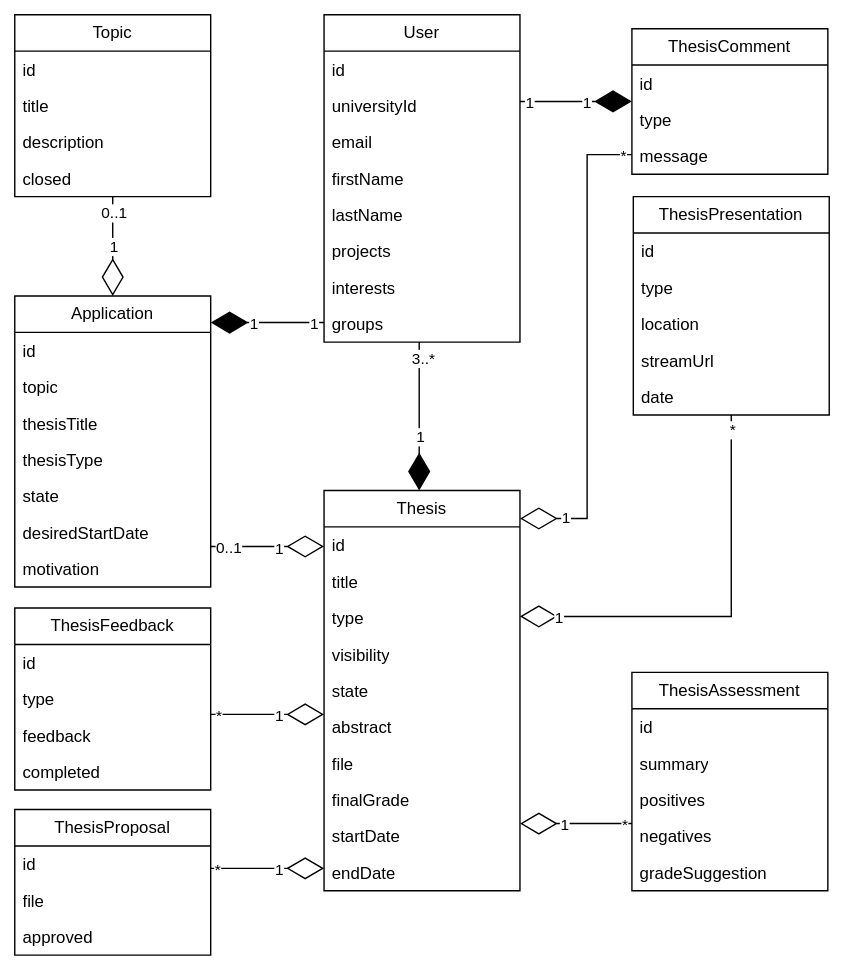
Earlier version of the draw.io export database-classes.svg (fabian-emilius/bachelor-thesis-charts). Source tidied: cells renumbered, new cells last; positions are measured from the earlier drawing's top-left corner, leaving out a move shared by most shapes.
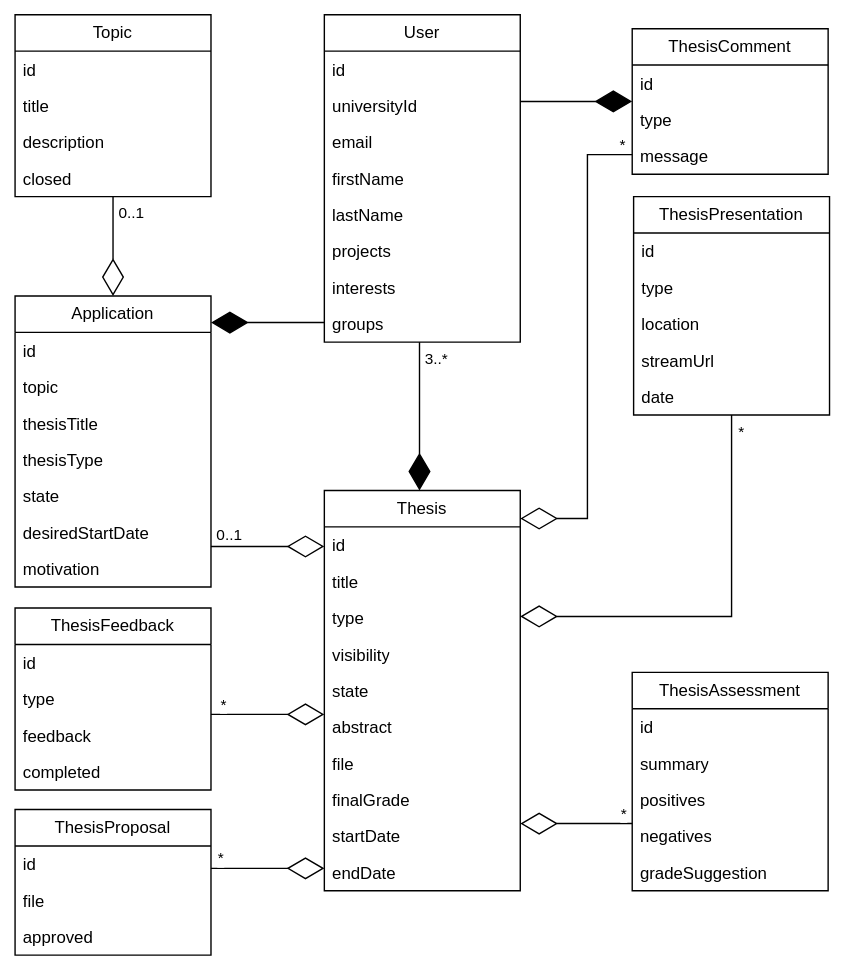
The same file after the commit.

The edit, as a diff of the source:
```diff
@@ -184,16 +184,6 @@
         </Array>
       </mxGeometry>
     </mxCell>
-    <mxCell id="61" value="1" style="edgeLabel;html=1;align=center;verticalAlign=middle;" parent="60" vertex="1">
-      <mxGeometry x="0.26" relative="1" as="geometry">
-        <mxPoint x="-3" as="offset" />
-      </mxGeometry>
-    </mxCell>
-    <mxCell id="62" value="1" style="edgeLabel;html=1;align=center;verticalAlign=middle;" parent="60" vertex="1">
-      <mxGeometry x="-0.77" relative="1" as="geometry">
-        <mxPoint x="-2" as="offset" />
-      </mxGeometry>
-    </mxCell>
     <mxCell id="63" style="endArrow=diamondThin;endFill=1;endSize=24;html=1;rounded=0;edgeStyle=orthogonalEdgeStyle;" parent="1" edge="1" source="36" target="2">
       <mxGeometry relative="1" as="geometry">
         <Array as="points">
@@ -202,27 +192,12 @@
         </Array>
       </mxGeometry>
     </mxCell>
-    <mxCell id="64" value="1" style="edgeLabel;html=1;align=center;verticalAlign=middle;" parent="63" vertex="1">
-      <mxGeometry x="-0.93" relative="1" as="geometry">
-        <mxPoint x="-5" as="offset" />
-      </mxGeometry>
-    </mxCell>
-    <mxCell id="65" value="1" style="edgeLabel;html=1;align=center;verticalAlign=middle;" parent="63" vertex="1">
-      <mxGeometry x="0.68" relative="1" as="geometry">
-        <mxPoint x="18" as="offset" />
-      </mxGeometry>
-    </mxCell>
     <mxCell id="66" style="endArrow=diamondThin;endFill=0;endSize=24;html=1;rounded=0;edgeStyle=orthogonalEdgeStyle;" parent="1" edge="1" source="55" target="2">
       <mxGeometry relative="1" as="geometry" />
     </mxCell>
-    <mxCell id="67" value="1" style="edgeLabel;html=1;align=center;verticalAlign=middle;" parent="66" vertex="1">
-      <mxGeometry x="0.77" relative="1" as="geometry">
-        <mxPoint y="-28" as="offset" />
-      </mxGeometry>
-    </mxCell>
     <mxCell id="68" value="0..1" style="edgeLabel;html=1;align=center;verticalAlign=middle;" parent="66" vertex="1">
       <mxGeometry x="-0.93" relative="1" as="geometry">
-        <mxPoint y="8" as="offset" />
+        <mxPoint x="12" y="9" as="offset" />
       </mxGeometry>
     </mxCell>
     <mxCell id="69" style="endArrow=diamondThin;endFill=0;endSize=24;html=1;rounded=0;edgeStyle=orthogonalEdgeStyle;" parent="1" edge="1" source="27" target="10">
@@ -233,14 +208,9 @@
         </Array>
       </mxGeometry>
     </mxCell>
-    <mxCell id="70" value="1" style="edgeLabel;html=1;align=center;verticalAlign=middle;" parent="69" vertex="1">
-      <mxGeometry x="0.88" y="-1" relative="1" as="geometry">
-        <mxPoint x="12" as="offset" />
-      </mxGeometry>
-    </mxCell>
     <mxCell id="71" value="*" style="edgeLabel;html=1;align=center;verticalAlign=middle;" parent="69" vertex="1">
       <mxGeometry x="-0.97" relative="1" as="geometry">
-        <mxPoint x="-1" as="offset" />
+        <mxPoint x="-1" y="-8" as="offset" />
       </mxGeometry>
     </mxCell>
     <mxCell id="72" style="endArrow=diamondThin;endFill=0;endSize=24;html=1;rounded=0;edgeStyle=orthogonalEdgeStyle;" parent="1" edge="1" source="51" target="10">
@@ -251,14 +221,9 @@
         </Array>
       </mxGeometry>
     </mxCell>
-    <mxCell id="73" value="1" style="edgeLabel;html=1;align=center;verticalAlign=middle;" parent="72" vertex="1">
-      <mxGeometry x="0.86" relative="1" as="geometry">
-        <mxPoint x="-27" as="offset" />
-      </mxGeometry>
-    </mxCell>
     <mxCell id="74" value="*" style="edgeLabel;html=1;align=center;verticalAlign=middle;" parent="72" vertex="1">
       <mxGeometry x="-0.96" relative="1" as="geometry">
-        <mxPoint x="3" as="offset" />
+        <mxPoint x="5" y="-8" as="offset" />
       </mxGeometry>
     </mxCell>
     <mxCell id="75" style="endArrow=diamondThin;endFill=0;endSize=24;html=1;rounded=0;edgeStyle=orthogonalEdgeStyle;" parent="1" edge="1" source="21" target="10">
@@ -269,14 +234,9 @@
         </Array>
       </mxGeometry>
     </mxCell>
-    <mxCell id="76" value="1" style="edgeLabel;html=1;align=center;verticalAlign=middle;" parent="75" vertex="1">
-      <mxGeometry x="0.77" relative="1" as="geometry">
-        <mxPoint x="23" as="offset" />
-      </mxGeometry>
-    </mxCell>
     <mxCell id="77" value="*" style="edgeLabel;html=1;align=center;verticalAlign=middle;" parent="75" vertex="1">
       <mxGeometry x="-0.91" relative="1" as="geometry">
-        <mxPoint x="-3" as="offset" />
+        <mxPoint x="-3" y="-8" as="offset" />
       </mxGeometry>
     </mxCell>
     <mxCell id="78" style="endArrow=diamondThin;endFill=0;endSize=24;html=1;rounded=0;edgeStyle=orthogonalEdgeStyle;" parent="1" edge="1" source="45" target="10">
@@ -286,14 +246,9 @@
         </Array>
       </mxGeometry>
     </mxCell>
-    <mxCell id="79" value="1" style="edgeLabel;html=1;align=center;verticalAlign=middle;" parent="78" vertex="1">
-      <mxGeometry x="0.74" relative="1" as="geometry">
-        <mxPoint x="-11" as="offset" />
-      </mxGeometry>
-    </mxCell>
     <mxCell id="80" value="*" style="edgeLabel;html=1;align=center;verticalAlign=middle;" parent="78" vertex="1">
       <mxGeometry x="-0.92" relative="1" as="geometry">
-        <mxPoint y="-1" as="offset" />
+        <mxPoint x="6" y="-1" as="offset" />
       </mxGeometry>
     </mxCell>
     <mxCell id="81" style="endArrow=diamondThin;endFill=0;endSize=24;html=1;rounded=0;edgeStyle=orthogonalEdgeStyle;" parent="1" edge="1" source="31" target="10">
@@ -305,13 +260,10 @@
       </mxGeometry>
     </mxCell>
     <mxCell id="82" value="*" style="edgeLabel;html=1;align=center;verticalAlign=middle;" parent="81" vertex="1">
-      <mxGeometry x="-0.86" relative="1" as="geometry" />
+      <mxGeometry x="-0.86" relative="1" as="geometry">
+        <mxPoint x="2" y="-8" as="offset" />
+      </mxGeometry>
     </mxCell>
-    <mxCell id="83" value="1" style="edgeLabel;html=1;align=center;verticalAlign=middle;" parent="81" vertex="1">
-      <mxGeometry x="0.62" relative="1" as="geometry">
-        <mxPoint x="-17" as="offset" />
-      </mxGeometry>
-    </mxCell>
     <mxCell id="84" style="endArrow=diamondThin;endFill=1;endSize=24;html=1;rounded=0;edgeStyle=orthogonalEdgeStyle;" parent="1" edge="1" target="10">
       <mxGeometry relative="1" as="geometry">
         <mxPoint x="289" y="234" as="sourcePoint" />
@@ -321,14 +273,9 @@
         </Array>
       </mxGeometry>
     </mxCell>
-    <mxCell id="85" value="1" style="edgeLabel;html=1;align=center;verticalAlign=middle;" parent="84" vertex="1">
-      <mxGeometry x="0.86" y="-1" relative="1" as="geometry">
-        <mxPoint x="1" y="-31" as="offset" />
-      </mxGeometry>
-    </mxCell>
     <mxCell id="86" value="3..*" style="edgeLabel;html=1;align=center;verticalAlign=middle;" parent="84" vertex="1">
       <mxGeometry x="-0.92" y="2" relative="1" as="geometry">
-        <mxPoint y="7" as="offset" />
+        <mxPoint x="9" y="8" as="offset" />
       </mxGeometry>
     </mxCell>
     <mxCell id="87" style="endArrow=diamondThin;endFill=0;endSize=24;html=1;rounded=0;edgeStyle=orthogonalEdgeStyle;" parent="1" edge="1" source="2" target="10">
@@ -339,14 +286,9 @@
         </Array>
       </mxGeometry>
     </mxCell>
-    <mxCell id="88" value="1" style="edgeLabel;html=1;align=center;verticalAlign=middle;" parent="87" vertex="1">
-      <mxGeometry x="0.76" y="-1" relative="1" as="geometry">
-        <mxPoint x="-23" as="offset" />
-      </mxGeometry>
-    </mxCell>
     <mxCell id="89" value="0..1" style="edgeLabel;html=1;align=center;verticalAlign=middle;" parent="87" vertex="1">
       <mxGeometry x="-0.89" relative="1" as="geometry">
-        <mxPoint x="8" as="offset" />
+        <mxPoint x="9" y="-9" as="offset" />
       </mxGeometry>
     </mxCell>
   </root>
```
